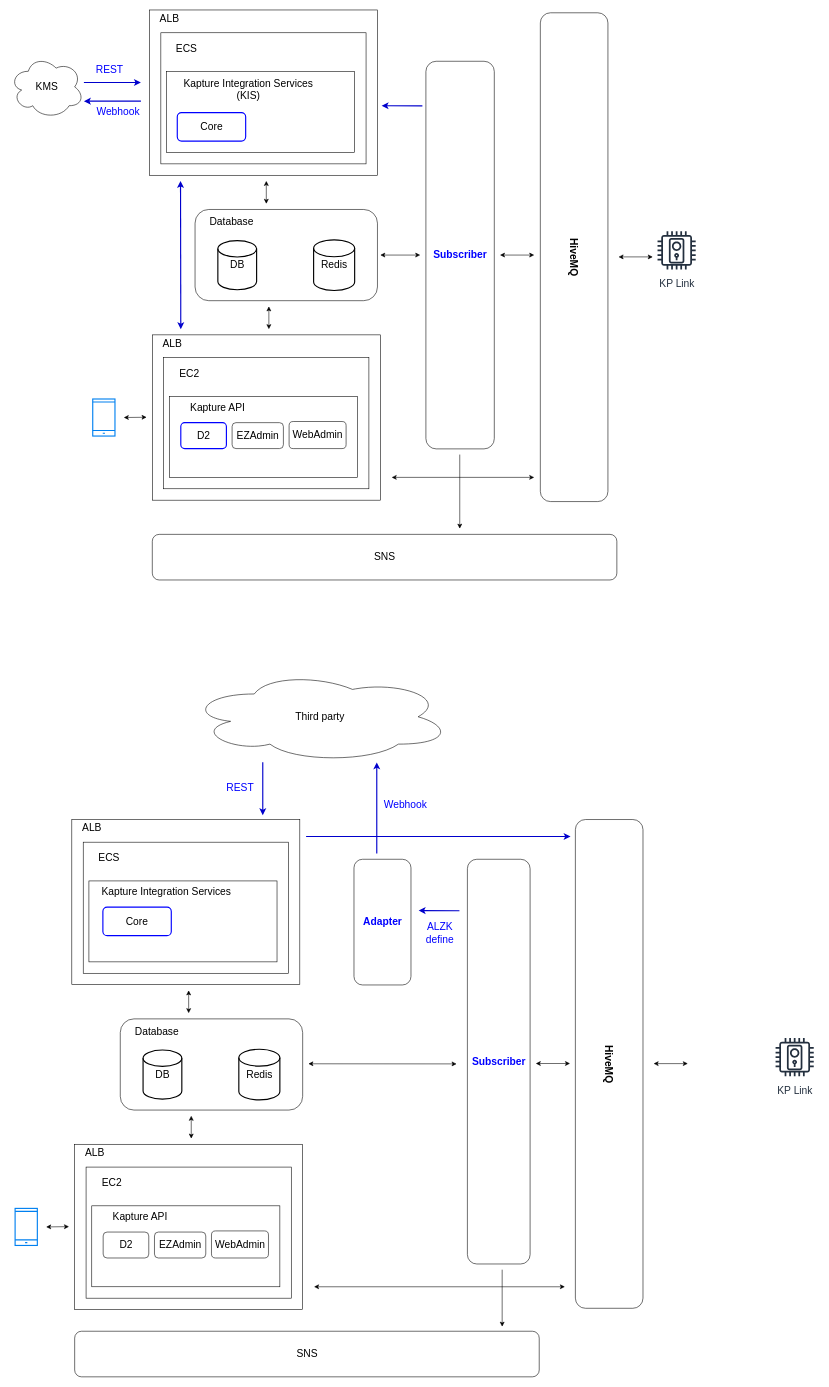
This is KaptureIntegrationService.drawio from kevin3747118/ALZK, a draw.io file, before an edit. Source tidied: cells renumbered, new cells numbered last; positions are measured from the earlier drawing's top-left corner, leaving out a move shared by most shapes. Both pictures are drawn from the tidied source at 57%, with x=0, y=0 at pixel (10, 10).
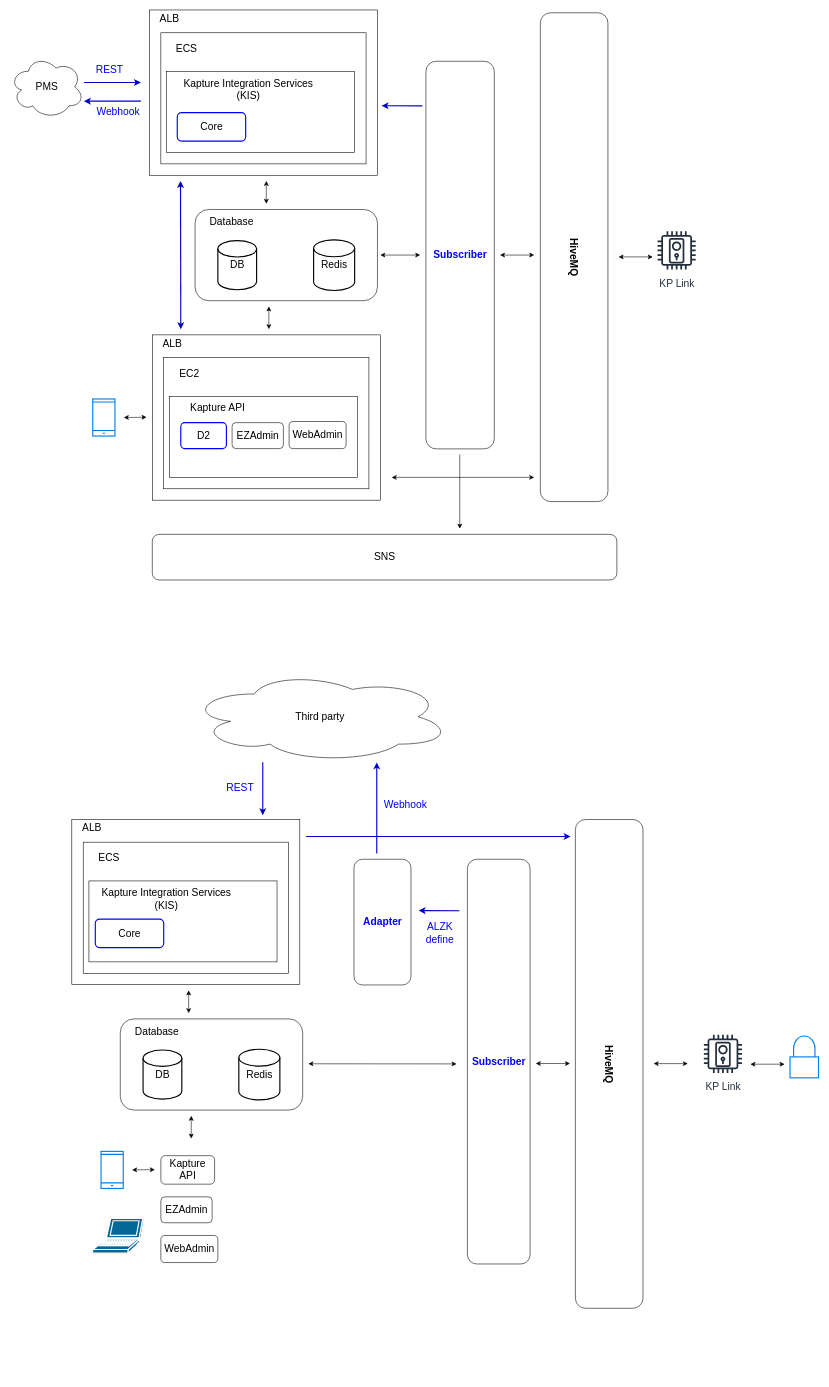
The same diagram, later.

The edit, as a diff of the source:
```diff
@@
-    <mxCell id="19" value="&lt;font style=&quot;font-size: 18px;&quot;&gt;KMS&lt;/font&gt;" style="ellipse;shape=cloud;whiteSpace=wrap;html=1;strokeColor=#000000;" parent="1" vertex="1">
+    <mxCell id="19" value="&lt;font style=&quot;font-size: 18px;&quot;&gt;PMS&lt;/font&gt;" style="ellipse;shape=cloud;whiteSpace=wrap;html=1;strokeColor=#000000;" parent="1" vertex="1">
       <mxGeometry x="-0.3" y="80" width="130" height="110" as="geometry" />
     </mxCell>
@@
-    <mxCell id="44" value="&lt;font style=&quot;font-size: 18px&quot;&gt;Kapture Integration Services&lt;/font&gt;" style="text;html=1;strokeColor=none;fillColor=none;align=center;verticalAlign=middle;whiteSpace=wrap;rounded=0;" parent="1" vertex="1">
-      <mxGeometry x="138.5" y="1528" width="271" height="40" as="geometry" />
+    <mxCell id="44" value="&lt;font style=&quot;font-size: 18px&quot;&gt;Kapture Integration Services (KIS)&lt;/font&gt;" style="text;html=1;strokeColor=none;fillColor=none;align=center;verticalAlign=middle;whiteSpace=wrap;rounded=0;" parent="1" vertex="1">
+      <mxGeometry x="138.5" y="1540" width="271" height="40" as="geometry" />
     </mxCell>
     <mxCell id="45" value="Core" style="rounded=1;whiteSpace=wrap;html=1;fontSize=18;strokeColor=#0000FF;strokeWidth=2;" parent="1" vertex="1">
-      <mxGeometry x="163" y="1574" width="120" height="50" as="geometry" />
+      <mxGeometry x="149.7" y="1595" width="120" height="50" as="geometry" />
     </mxCell>
     <mxCell id="46" style="html=1;verticalLabelPosition=bottom;align=center;labelBackgroundColor=#ffffff;verticalAlign=top;strokeWidth=2;strokeColor=#0080F0;shadow=0;dashed=0;shape=mxgraph.ios7.icons.smartphone;fontSize=18;" parent="1" vertex="1">
-      <mxGeometry x="9" y="2102.5" width="39" height="65" as="geometry" />
+      <mxGeometry x="159.7" y="2002.5" width="39" height="65" as="geometry" />
     </mxCell>
     <mxCell id="47" style="endArrow=classic;startArrow=classic;html=1;rounded=0;fontSize=18;" parent="1" edge="1">
       <mxGeometry relative="1" as="geometry">
-        <mxPoint x="63.5" y="2135" as="sourcePoint" />
-        <mxPoint x="103.5" y="2134.5" as="targetPoint" />
+        <mxPoint x="214.2" y="2035" as="sourcePoint" />
+        <mxPoint x="254.2" y="2034.5" as="targetPoint" />
       </mxGeometry>
     </mxCell>
@@
-    <mxCell id="50" style="rounded=0;whiteSpace=wrap;html=1;" parent="1" vertex="1">
-      <mxGeometry x="113.5" y="1990" width="400" height="290" as="geometry" />
-    </mxCell>
-    <mxCell id="51" style="rounded=0;whiteSpace=wrap;html=1;fontSize=18;" parent="1" vertex="1">
-      <mxGeometry x="133.5" y="2030" width="360" height="230" as="geometry" />
-    </mxCell>
-    <mxCell id="52" value="&lt;font style=&quot;font-size: 18px&quot;&gt;EC2&lt;/font&gt;" style="text;html=1;strokeColor=none;fillColor=none;align=center;verticalAlign=middle;whiteSpace=wrap;rounded=0;" parent="1" vertex="1">
-      <mxGeometry x="133.5" y="2043" width="90" height="30" as="geometry" />
-    </mxCell>
-    <mxCell id="53" style="rounded=0;whiteSpace=wrap;html=1;fontSize=18;" parent="1" vertex="1">
-      <mxGeometry x="143.5" y="2098" width="330" height="142" as="geometry" />
-    </mxCell>
-    <mxCell id="54" value="&lt;font style=&quot;font-size: 18px&quot;&gt;Kapture API&lt;/font&gt;" style="text;html=1;strokeColor=none;fillColor=none;align=center;verticalAlign=middle;whiteSpace=wrap;rounded=0;" parent="1" vertex="1">
-      <mxGeometry x="142.5" y="2098" width="171" height="40" as="geometry" />
-    </mxCell>
-    <mxCell id="55" value="D2" style="rounded=1;whiteSpace=wrap;html=1;fontSize=18;strokeColor=#000000;" parent="1" vertex="1">
-      <mxGeometry x="163.5" y="2144" width="80" height="45.5" as="geometry" />
+    <mxCell id="55" value="Kapture API" style="rounded=1;whiteSpace=wrap;html=1;fontSize=18;strokeColor=#000000;" parent="1" vertex="1">
+      <mxGeometry x="264.7" y="2010" width="94.3" height="50" as="geometry" />
     </mxCell>
-    <mxCell id="56" value="&lt;span style=&quot;font-size: 18px;&quot;&gt;ALB&lt;/span&gt;" style="text;html=1;strokeColor=none;fillColor=none;align=center;verticalAlign=middle;whiteSpace=wrap;rounded=0;" parent="1" vertex="1">
-      <mxGeometry x="113.5" y="1990" width="70" height="30" as="geometry" />
-    </mxCell>
@@
     <mxCell id="58" value="WebAdmin" style="rounded=1;whiteSpace=wrap;html=1;fontSize=18;strokeColor=#000000;" parent="1" vertex="1">
-      <mxGeometry x="353.5" y="2142" width="100" height="47.5" as="geometry" />
+      <mxGeometry x="264.7" y="2150" width="100" height="47.5" as="geometry" />
     </mxCell>
     <mxCell id="59" value="EZAdmin" style="rounded=1;whiteSpace=wrap;html=1;fontSize=18;strokeColor=default;" parent="1" vertex="1">
-      <mxGeometry x="253.5" y="2144" width="90" height="45.5" as="geometry" />
+      <mxGeometry x="264.7" y="2082.2" width="90" height="45.5" as="geometry" />
     </mxCell>
@@
-    <mxCell id="69" style="endArrow=classic;startArrow=classic;html=1;rounded=0;fontSize=18;" parent="1" edge="1">
-      <mxGeometry relative="1" as="geometry">
-        <mxPoint x="533.5" y="2240" as="sourcePoint" />
-        <mxPoint x="973.5" y="2240" as="targetPoint" />
-      </mxGeometry>
-    </mxCell>
@@
     <mxCell id="71" value="&lt;font style=&quot;font-size: 18px;&quot;&gt;KP Link&lt;/font&gt;" style="sketch=0;fontColor=#232F3E;gradientColor=none;strokeColor=#232F3E;fillColor=#ffffff;dashed=0;verticalLabelPosition=bottom;verticalAlign=top;align=center;html=1;fontSize=12;fontStyle=0;shape=mxgraph.aws4.resourceIcon;resIcon=mxgraph.aws4.door_lock;" parent="1" vertex="1">
-      <mxGeometry x="1334.8" y="1795.3" width="83.7" height="83.7" as="geometry" />
+      <mxGeometry x="1209" y="1789.7" width="83.7" height="83.7" as="geometry" />
     </mxCell>
@@
-    <mxCell id="81" value="&lt;font color=&quot;#000000&quot;&gt;SNS&lt;/font&gt;" style="rounded=1;whiteSpace=wrap;html=1;strokeColor=#000000;strokeWidth=1;fontSize=18;fontColor=#0000FF;fillColor=none;" parent="1" vertex="1">
-      <mxGeometry x="113.5" y="2318" width="815" height="80" as="geometry" />
-    </mxCell>
-    <mxCell id="82" style="endArrow=classic;html=1;rounded=0;strokeColor=#000000;strokeWidth=1;fontSize=18;fontColor=#0000FF;" parent="1" edge="1">
-      <mxGeometry relative="1" as="geometry">
-        <mxPoint x="863.5" y="2210" as="sourcePoint" />
-        <mxPoint x="863.5" y="2310" as="targetPoint" />
-      </mxGeometry>
-    </mxCell>
@@
+    <mxCell id="86" style="html=1;verticalLabelPosition=bottom;align=center;labelBackgroundColor=#ffffff;verticalAlign=top;strokeWidth=2;strokeColor=#0080F0;shadow=0;dashed=0;shape=mxgraph.ios7.icons.locked;" parent="1" vertex="1">
+      <mxGeometry x="1368.5" y="1800" width="50" height="73.4" as="geometry" />
+    </mxCell>
+    <mxCell id="87" style="endArrow=classic;startArrow=classic;html=1;rounded=0;fontSize=18;fontColor=#000000;" parent="1" edge="1">
+      <mxGeometry relative="1" as="geometry">
+        <mxPoint x="1299" y="1849.5" as="sourcePoint" />
+        <mxPoint x="1359" y="1849.5" as="targetPoint" />
+      </mxGeometry>
+    </mxCell>
+    <mxCell id="88" style="shape=mxgraph.cisco.computers_and_peripherals.laptop;html=1;dashed=0;fillColor=#036897;strokeColor=#ffffff;strokeWidth=2;verticalLabelPosition=bottom;verticalAlign=top;align=center;" parent="1" vertex="1">
+      <mxGeometry x="145" y="2120" width="90" height="61" as="geometry" />
+    </mxCell>
```
